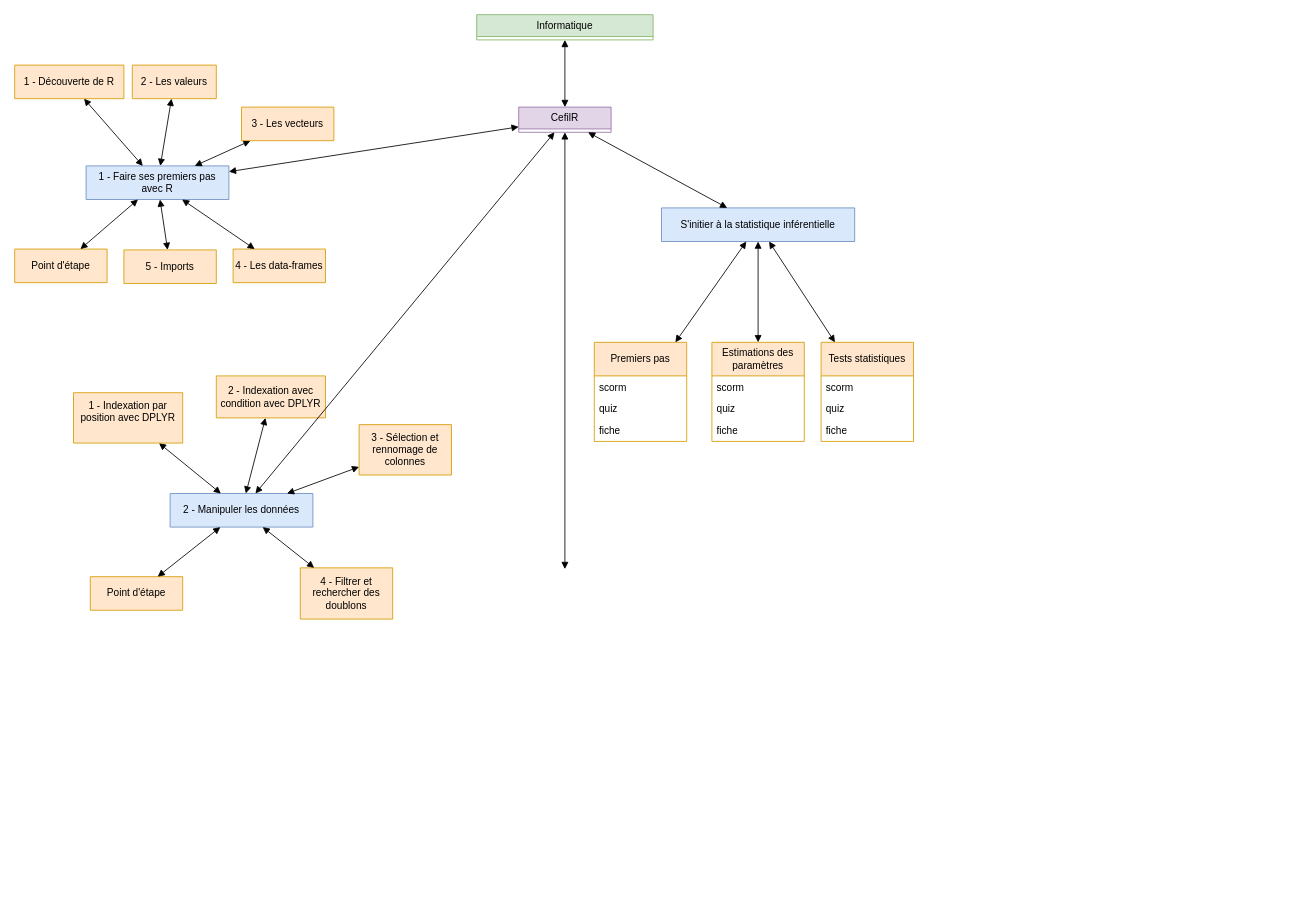
Earlier version of the draw.io diagram CefilR.drawio (jean-seb-2106/pythontest). Source tidied: cells renumbered, new cells numbered last; positions are measured from the earlier drawing's top-left corner, leaving out a move shared by most shapes. Both pictures are drawn from the tidied source at 84%, with x=0, y=0 at pixel (14, 14).
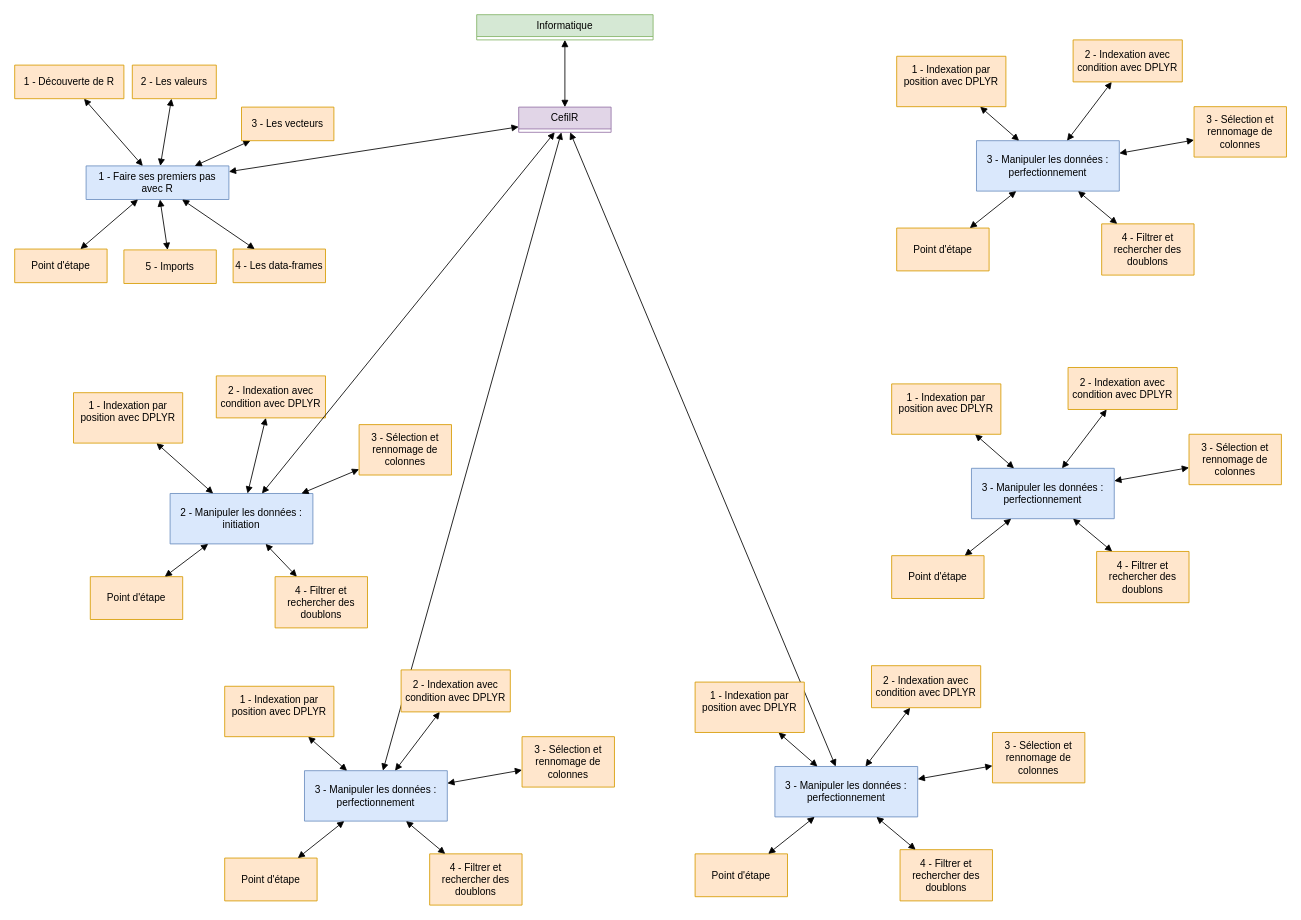
After the change.

Commit message (it also covers changes not shown here):
Mettre à jour CefilR.drawio

Unchanged cells that the change refers to:
```xml
<mxCell id="2" value="CefilR" style="swimlane;fontStyle=0;horizontal=1;startSize=26;fillColor=#e1d5e7;whiteSpace=wrap;html=1;strokeColor=#9673a6;" parent="1" vertex="1" collapsed="1">
  <mxGeometry x="600" y="110" width="110" height="30" as="geometry" />
</mxCell>
```

Diff of the diagram source:
```diff
@@
-    <mxCell id="7" value="S'initier à la statistique inférentielle" style="swimlane;fontStyle=0;horizontal=1;startSize=40;fillColor=#dae8fc;whiteSpace=wrap;html=1;strokeColor=#6c8ebf;" parent="1" vertex="1" collapsed="1">
-      <mxGeometry x="770" y="230" width="230" height="40" as="geometry" />
-    </mxCell>
-    <mxCell id="8" style="endArrow=block;startArrow=block;endFill=1;startFill=1;html=1;rounded=0;" parent="1" edge="1" source="2">
-      <mxGeometry relative="1" as="geometry">
-        <mxPoint x="655" y="660" as="targetPoint" />
-      </mxGeometry>
+    <mxCell id="8" style="endArrow=block;startArrow=block;endFill=1;startFill=1;html=1;rounded=0;" parent="1" edge="1" source="2" target="49">
+      <mxGeometry relative="1" as="geometry" />
     </mxCell>
-    <mxCell id="9" style="endArrow=block;startArrow=block;endFill=1;startFill=1;html=1;rounded=0;" parent="1" edge="1" source="2" target="7">
+    <mxCell id="9" style="endArrow=block;startArrow=block;endFill=1;startFill=1;html=1;rounded=0;" parent="1" edge="1" source="2" target="60">
       <mxGeometry relative="1" as="geometry" />
     </mxCell>
@@
-    <mxCell id="16" value="Premiers pas" style="swimlane;fontStyle=0;horizontal=1;startSize=40;fillColor=#ffe6cc;whiteSpace=wrap;html=1;strokeColor=#d79b00;" parent="1" vertex="1">
-      <mxGeometry x="690" y="390" width="110" height="118" as="geometry" />
-    </mxCell>
-    <mxCell id="17" value="scorm" style="text;strokeColor=none;fillColor=none;align=left;verticalAlign=top;spacingLeft=4;spacingRight=4;overflow=hidden;whiteSpace=wrap;html=1;" parent="16" vertex="1">
-      <mxGeometry y="40" width="110" height="26" as="geometry" />
-    </mxCell>
-    <mxCell id="18" value="quiz" style="text;strokeColor=none;fillColor=none;align=left;verticalAlign=top;spacingLeft=4;spacingRight=4;overflow=hidden;whiteSpace=wrap;html=1;" parent="16" vertex="1">
-      <mxGeometry y="66" width="110" height="26" as="geometry" />
-    </mxCell>
-    <mxCell id="19" value="fiche" style="text;strokeColor=none;fillColor=none;align=left;verticalAlign=top;spacingLeft=4;spacingRight=4;overflow=hidden;whiteSpace=wrap;html=1;" parent="16" vertex="1">
-      <mxGeometry y="92" width="110" height="26" as="geometry" />
-    </mxCell>
-    <mxCell id="20" value="Estimations des paramètres" style="swimlane;fontStyle=0;horizontal=1;startSize=40;fillColor=#ffe6cc;whiteSpace=wrap;html=1;strokeColor=#d79b00;" parent="1" vertex="1">
-      <mxGeometry x="830" y="390" width="110" height="118" as="geometry" />
-    </mxCell>
-    <mxCell id="21" value="scorm" style="text;strokeColor=none;fillColor=none;align=left;verticalAlign=top;spacingLeft=4;spacingRight=4;overflow=hidden;whiteSpace=wrap;html=1;" parent="20" vertex="1">
-      <mxGeometry y="40" width="110" height="26" as="geometry" />
-    </mxCell>
-    <mxCell id="22" value="quiz" style="text;strokeColor=none;fillColor=none;align=left;verticalAlign=top;spacingLeft=4;spacingRight=4;overflow=hidden;whiteSpace=wrap;html=1;" parent="20" vertex="1">
-      <mxGeometry y="66" width="110" height="26" as="geometry" />
-    </mxCell>
-    <mxCell id="23" value="fiche" style="text;strokeColor=none;fillColor=none;align=left;verticalAlign=top;spacingLeft=4;spacingRight=4;overflow=hidden;whiteSpace=wrap;html=1;" parent="20" vertex="1">
-      <mxGeometry y="92" width="110" height="26" as="geometry" />
-    </mxCell>
-    <mxCell id="24" value="Tests statistiques" style="swimlane;fontStyle=0;horizontal=1;startSize=40;fillColor=#ffe6cc;whiteSpace=wrap;html=1;strokeColor=#d79b00;" parent="1" vertex="1">
-      <mxGeometry x="960" y="390" width="110" height="118" as="geometry" />
-    </mxCell>
-    <mxCell id="25" value="scorm" style="text;strokeColor=none;fillColor=none;align=left;verticalAlign=top;spacingLeft=4;spacingRight=4;overflow=hidden;whiteSpace=wrap;html=1;" parent="24" vertex="1">
-      <mxGeometry y="40" width="110" height="26" as="geometry" />
-    </mxCell>
-    <mxCell id="26" value="quiz" style="text;strokeColor=none;fillColor=none;align=left;verticalAlign=top;spacingLeft=4;spacingRight=4;overflow=hidden;whiteSpace=wrap;html=1;" parent="24" vertex="1">
-      <mxGeometry y="66" width="110" height="26" as="geometry" />
-    </mxCell>
-    <mxCell id="27" value="fiche" style="text;strokeColor=none;fillColor=none;align=left;verticalAlign=top;spacingLeft=4;spacingRight=4;overflow=hidden;whiteSpace=wrap;html=1;" parent="24" vertex="1">
-      <mxGeometry y="92" width="110" height="26" as="geometry" />
-    </mxCell>
-    <mxCell id="28" style="endArrow=block;startArrow=block;endFill=1;startFill=1;html=1;rounded=0;" parent="1" edge="1" source="7" target="16">
-      <mxGeometry relative="1" as="geometry" />
-    </mxCell>
-    <mxCell id="29" style="endArrow=block;startArrow=block;endFill=1;startFill=1;html=1;rounded=0;" parent="1" edge="1" source="7" target="20">
-      <mxGeometry relative="1" as="geometry" />
-    </mxCell>
-    <mxCell id="30" style="endArrow=block;startArrow=block;endFill=1;startFill=1;html=1;rounded=0;" parent="1" edge="1" source="7" target="24">
-      <mxGeometry relative="1" as="geometry" />
-    </mxCell>
@@
-    <mxCell id="37" value="2 - Manipuler les données" style="swimlane;fontStyle=0;horizontal=1;startSize=40;fillColor=#dae8fc;whiteSpace=wrap;html=1;strokeColor=#6c8ebf;" parent="1" vertex="1" collapsed="1">
-      <mxGeometry x="185" y="570" width="170" height="40" as="geometry" />
+    <mxCell id="37" value="2 - Manipuler les données : initiation" style="swimlane;fontStyle=0;horizontal=1;startSize=60;fillColor=#dae8fc;whiteSpace=wrap;html=1;strokeColor=#6c8ebf;" parent="1" vertex="1" collapsed="1">
+      <mxGeometry x="185" y="570" width="170" height="60" as="geometry" />
     </mxCell>
@@
     <mxCell id="44" value="4 - Filtrer et rechercher des doublons" style="swimlane;fontStyle=0;horizontal=1;startSize=61;fillColor=#ffe6cc;whiteSpace=wrap;html=1;strokeColor=#d79b00;" parent="1" vertex="1" collapsed="1">
-      <mxGeometry x="340" y="658.5" width="110" height="61" as="geometry" />
+      <mxGeometry x="310" y="669" width="110" height="61" as="geometry" />
     </mxCell>
@@
-    <mxCell id="46" value="Point d'étape" style="swimlane;fontStyle=0;horizontal=1;startSize=40;fillColor=#ffe6cc;whiteSpace=wrap;html=1;strokeColor=#d79b00;" parent="1" vertex="1" collapsed="1">
-      <mxGeometry x="90" y="669" width="110" height="40" as="geometry" />
+    <mxCell id="46" value="Point d'étape" style="swimlane;fontStyle=0;horizontal=1;startSize=51;fillColor=#ffe6cc;whiteSpace=wrap;html=1;strokeColor=#d79b00;" parent="1" vertex="1" collapsed="1">
+      <mxGeometry x="90" y="669" width="110" height="51" as="geometry" />
     </mxCell>
@@
+    <mxCell id="49" value="3 - Manipuler les données : perfectionnement" style="swimlane;fontStyle=0;horizontal=1;startSize=60;fillColor=#dae8fc;whiteSpace=wrap;html=1;strokeColor=#6c8ebf;" parent="1" vertex="1" collapsed="1">
+      <mxGeometry x="345" y="900" width="170" height="60" as="geometry" />
+    </mxCell>
+    <mxCell id="50" style="endArrow=block;startArrow=block;endFill=1;startFill=1;html=1;rounded=0;" parent="1" edge="1" source="49" target="53">
+      <mxGeometry relative="1" as="geometry" />
+    </mxCell>
+    <mxCell id="51" style="endArrow=block;startArrow=block;endFill=1;startFill=1;html=1;rounded=0;" parent="1" edge="1" source="49" target="54">
+      <mxGeometry relative="1" as="geometry" />
+    </mxCell>
+    <mxCell id="52" style="endArrow=block;startArrow=block;endFill=1;startFill=1;html=1;rounded=0;" parent="1" edge="1" source="49" target="55">
+      <mxGeometry relative="1" as="geometry" />
+    </mxCell>
+    <mxCell id="53" value="1 - Indexation par position avec DPLYR&lt;br&gt;&lt;div&gt;&lt;br&gt;&lt;/div&gt;" style="swimlane;fontStyle=0;horizontal=1;startSize=60;fillColor=#ffe6cc;whiteSpace=wrap;html=1;strokeColor=#d79b00;" parent="1" vertex="1" collapsed="1">
+      <mxGeometry x="250" y="799.5" width="130" height="60" as="geometry" />
+    </mxCell>
+    <mxCell id="54" value="3 - Sélection et rennomage de colonnes" style="swimlane;fontStyle=0;horizontal=1;startSize=60;fillColor=#ffe6cc;whiteSpace=wrap;html=1;strokeColor=#d79b00;" parent="1" vertex="1" collapsed="1">
+      <mxGeometry x="604" y="859.5" width="110" height="60" as="geometry" />
+    </mxCell>
+    <mxCell id="55" value="2 - Indexation avec condition avec DPLYR" style="swimlane;fontStyle=0;horizontal=1;startSize=50;fillColor=#ffe6cc;whiteSpace=wrap;html=1;strokeColor=#d79b00;" parent="1" vertex="1" collapsed="1">
+      <mxGeometry x="460" y="780" width="130" height="50" as="geometry" />
+    </mxCell>
+    <mxCell id="56" value="4 - Filtrer et rechercher des doublons" style="swimlane;fontStyle=0;horizontal=1;startSize=61;fillColor=#ffe6cc;whiteSpace=wrap;html=1;strokeColor=#d79b00;" parent="1" vertex="1" collapsed="1">
+      <mxGeometry x="494" y="999" width="110" height="61" as="geometry" />
+    </mxCell>
+    <mxCell id="57" style="endArrow=block;startArrow=block;endFill=1;startFill=1;html=1;rounded=0;" parent="1" edge="1" source="49" target="56">
+      <mxGeometry relative="1" as="geometry" />
+    </mxCell>
+    <mxCell id="58" value="Point d'étape" style="swimlane;fontStyle=0;horizontal=1;startSize=51;fillColor=#ffe6cc;whiteSpace=wrap;html=1;strokeColor=#d79b00;" parent="1" vertex="1" collapsed="1">
+      <mxGeometry x="250" y="1004" width="110" height="51" as="geometry" />
+    </mxCell>
+    <mxCell id="59" style="endArrow=block;startArrow=block;endFill=1;startFill=1;html=1;rounded=0;" parent="1" edge="1" source="49" target="58">
+      <mxGeometry relative="1" as="geometry" />
+    </mxCell>
+    <mxCell id="60" value="3 - Manipuler les données : perfectionnement" style="swimlane;fontStyle=0;horizontal=1;startSize=60;fillColor=#dae8fc;whiteSpace=wrap;html=1;strokeColor=#6c8ebf;" parent="1" vertex="1" collapsed="1">
+      <mxGeometry x="905" y="895" width="170" height="60" as="geometry" />
+    </mxCell>
+    <mxCell id="61" style="endArrow=block;startArrow=block;endFill=1;startFill=1;html=1;rounded=0;" parent="1" edge="1" source="60" target="64">
+      <mxGeometry relative="1" as="geometry" />
+    </mxCell>
+    <mxCell id="62" style="endArrow=block;startArrow=block;endFill=1;startFill=1;html=1;rounded=0;" parent="1" edge="1" source="60" target="65">
+      <mxGeometry relative="1" as="geometry" />
+    </mxCell>
+    <mxCell id="63" style="endArrow=block;startArrow=block;endFill=1;startFill=1;html=1;rounded=0;" parent="1" edge="1" source="60" target="66">
+      <mxGeometry relative="1" as="geometry" />
+    </mxCell>
+    <mxCell id="64" value="1 - Indexation par position avec DPLYR&lt;br&gt;&lt;div&gt;&lt;br&gt;&lt;/div&gt;" style="swimlane;fontStyle=0;horizontal=1;startSize=60;fillColor=#ffe6cc;whiteSpace=wrap;html=1;strokeColor=#d79b00;" parent="1" vertex="1" collapsed="1">
+      <mxGeometry x="810" y="794.5" width="130" height="60" as="geometry" />
+    </mxCell>
+    <mxCell id="65" value="3 - Sélection et rennomage de colonnes" style="swimlane;fontStyle=0;horizontal=1;startSize=60;fillColor=#ffe6cc;whiteSpace=wrap;html=1;strokeColor=#d79b00;" parent="1" vertex="1" collapsed="1">
+      <mxGeometry x="1164" y="854.5" width="110" height="60" as="geometry" />
+    </mxCell>
+    <mxCell id="66" value="2 - Indexation avec condition avec DPLYR" style="swimlane;fontStyle=0;horizontal=1;startSize=50;fillColor=#ffe6cc;whiteSpace=wrap;html=1;strokeColor=#d79b00;" parent="1" vertex="1" collapsed="1">
+      <mxGeometry x="1020" y="775" width="130" height="50" as="geometry" />
+    </mxCell>
+    <mxCell id="67" value="4 - Filtrer et rechercher des doublons" style="swimlane;fontStyle=0;horizontal=1;startSize=61;fillColor=#ffe6cc;whiteSpace=wrap;html=1;strokeColor=#d79b00;" parent="1" vertex="1" collapsed="1">
+      <mxGeometry x="1054" y="994" width="110" height="61" as="geometry" />
+    </mxCell>
+    <mxCell id="68" style="endArrow=block;startArrow=block;endFill=1;startFill=1;html=1;rounded=0;" parent="1" edge="1" source="60" target="67">
+      <mxGeometry relative="1" as="geometry" />
+    </mxCell>
+    <mxCell id="69" value="Point d'étape" style="swimlane;fontStyle=0;horizontal=1;startSize=51;fillColor=#ffe6cc;whiteSpace=wrap;html=1;strokeColor=#d79b00;" parent="1" vertex="1" collapsed="1">
+      <mxGeometry x="810" y="999" width="110" height="51" as="geometry" />
+    </mxCell>
+    <mxCell id="70" style="endArrow=block;startArrow=block;endFill=1;startFill=1;html=1;rounded=0;" parent="1" edge="1" source="60" target="69">
+      <mxGeometry relative="1" as="geometry" />
+    </mxCell>
+    <mxCell id="71" value="3 - Manipuler les données : perfectionnement" style="swimlane;fontStyle=0;horizontal=1;startSize=60;fillColor=#dae8fc;whiteSpace=wrap;html=1;strokeColor=#6c8ebf;" parent="1" vertex="1" collapsed="1">
+      <mxGeometry x="1139" y="540" width="170" height="60" as="geometry" />
+    </mxCell>
+    <mxCell id="72" style="endArrow=block;startArrow=block;endFill=1;startFill=1;html=1;rounded=0;" parent="1" edge="1" source="71" target="75">
+      <mxGeometry relative="1" as="geometry" />
+    </mxCell>
+    <mxCell id="73" style="endArrow=block;startArrow=block;endFill=1;startFill=1;html=1;rounded=0;" parent="1" edge="1" source="71" target="76">
+      <mxGeometry relative="1" as="geometry" />
+    </mxCell>
+    <mxCell id="74" style="endArrow=block;startArrow=block;endFill=1;startFill=1;html=1;rounded=0;" parent="1" edge="1" source="71" target="77">
+      <mxGeometry relative="1" as="geometry" />
+    </mxCell>
+    <mxCell id="75" value="1 - Indexation par position avec DPLYR&lt;br&gt;&lt;div&gt;&lt;br&gt;&lt;/div&gt;" style="swimlane;fontStyle=0;horizontal=1;startSize=60;fillColor=#ffe6cc;whiteSpace=wrap;html=1;strokeColor=#d79b00;" parent="1" vertex="1" collapsed="1">
+      <mxGeometry x="1044" y="439.5" width="130" height="60" as="geometry" />
+    </mxCell>
+    <mxCell id="76" value="3 - Sélection et rennomage de colonnes" style="swimlane;fontStyle=0;horizontal=1;startSize=60;fillColor=#ffe6cc;whiteSpace=wrap;html=1;strokeColor=#d79b00;" parent="1" vertex="1" collapsed="1">
+      <mxGeometry x="1398" y="499.5" width="110" height="60" as="geometry" />
+    </mxCell>
+    <mxCell id="77" value="2 - Indexation avec condition avec DPLYR" style="swimlane;fontStyle=0;horizontal=1;startSize=50;fillColor=#ffe6cc;whiteSpace=wrap;html=1;strokeColor=#d79b00;" parent="1" vertex="1" collapsed="1">
+      <mxGeometry x="1254" y="420" width="130" height="50" as="geometry" />
+    </mxCell>
+    <mxCell id="78" value="4 - Filtrer et rechercher des doublons" style="swimlane;fontStyle=0;horizontal=1;startSize=61;fillColor=#ffe6cc;whiteSpace=wrap;html=1;strokeColor=#d79b00;" parent="1" vertex="1" collapsed="1">
+      <mxGeometry x="1288" y="639" width="110" height="61" as="geometry" />
+    </mxCell>
+    <mxCell id="79" style="endArrow=block;startArrow=block;endFill=1;startFill=1;html=1;rounded=0;" parent="1" edge="1" source="71" target="78">
+      <mxGeometry relative="1" as="geometry" />
+    </mxCell>
+    <mxCell id="80" value="Point d'étape" style="swimlane;fontStyle=0;horizontal=1;startSize=51;fillColor=#ffe6cc;whiteSpace=wrap;html=1;strokeColor=#d79b00;" parent="1" vertex="1" collapsed="1">
+      <mxGeometry x="1044" y="644" width="110" height="51" as="geometry" />
+    </mxCell>
+    <mxCell id="81" style="endArrow=block;startArrow=block;endFill=1;startFill=1;html=1;rounded=0;" parent="1" edge="1" source="71" target="80">
+      <mxGeometry relative="1" as="geometry" />
+    </mxCell>
+    <mxCell id="82" value="3 - Manipuler les données : perfectionnement" style="swimlane;fontStyle=0;horizontal=1;startSize=60;fillColor=#dae8fc;whiteSpace=wrap;html=1;strokeColor=#6c8ebf;" parent="1" vertex="1" collapsed="1">
+      <mxGeometry x="1145" y="150" width="170" height="60" as="geometry" />
+    </mxCell>
+    <mxCell id="83" style="endArrow=block;startArrow=block;endFill=1;startFill=1;html=1;rounded=0;" parent="1" edge="1" source="82" target="86">
+      <mxGeometry relative="1" as="geometry" />
+    </mxCell>
+    <mxCell id="84" style="endArrow=block;startArrow=block;endFill=1;startFill=1;html=1;rounded=0;" parent="1" edge="1" source="82" target="87">
+      <mxGeometry relative="1" as="geometry" />
+    </mxCell>
+    <mxCell id="85" style="endArrow=block;startArrow=block;endFill=1;startFill=1;html=1;rounded=0;" parent="1" edge="1" source="82" target="88">
+      <mxGeometry relative="1" as="geometry" />
+    </mxCell>
+    <mxCell id="86" value="1 - Indexation par position avec DPLYR&lt;br&gt;&lt;div&gt;&lt;br&gt;&lt;/div&gt;" style="swimlane;fontStyle=0;horizontal=1;startSize=60;fillColor=#ffe6cc;whiteSpace=wrap;html=1;strokeColor=#d79b00;" parent="1" vertex="1" collapsed="1">
+      <mxGeometry x="1050" y="49.5" width="130" height="60" as="geometry" />
+    </mxCell>
+    <mxCell id="87" value="3 - Sélection et rennomage de colonnes" style="swimlane;fontStyle=0;horizontal=1;startSize=60;fillColor=#ffe6cc;whiteSpace=wrap;html=1;strokeColor=#d79b00;" parent="1" vertex="1" collapsed="1">
+      <mxGeometry x="1404" y="109.5" width="110" height="60" as="geometry" />
+    </mxCell>
+    <mxCell id="88" value="2 - Indexation avec condition avec DPLYR" style="swimlane;fontStyle=0;horizontal=1;startSize=50;fillColor=#ffe6cc;whiteSpace=wrap;html=1;strokeColor=#d79b00;" parent="1" vertex="1" collapsed="1">
+      <mxGeometry x="1260" y="30" width="130" height="50" as="geometry" />
+    </mxCell>
+    <mxCell id="89" value="4 - Filtrer et rechercher des doublons" style="swimlane;fontStyle=0;horizontal=1;startSize=61;fillColor=#ffe6cc;whiteSpace=wrap;html=1;strokeColor=#d79b00;" parent="1" vertex="1" collapsed="1">
+      <mxGeometry x="1294" y="249" width="110" height="61" as="geometry" />
+    </mxCell>
+    <mxCell id="90" style="endArrow=block;startArrow=block;endFill=1;startFill=1;html=1;rounded=0;" parent="1" edge="1" source="82" target="89">
+      <mxGeometry relative="1" as="geometry" />
+    </mxCell>
+    <mxCell id="91" value="Point d'étape" style="swimlane;fontStyle=0;horizontal=1;startSize=51;fillColor=#ffe6cc;whiteSpace=wrap;html=1;strokeColor=#d79b00;" parent="1" vertex="1" collapsed="1">
+      <mxGeometry x="1050" y="254" width="110" height="51" as="geometry" />
+    </mxCell>
+    <mxCell id="92" style="endArrow=block;startArrow=block;endFill=1;startFill=1;html=1;rounded=0;" parent="1" edge="1" source="82" target="91">
+      <mxGeometry relative="1" as="geometry" />
+    </mxCell>
```
